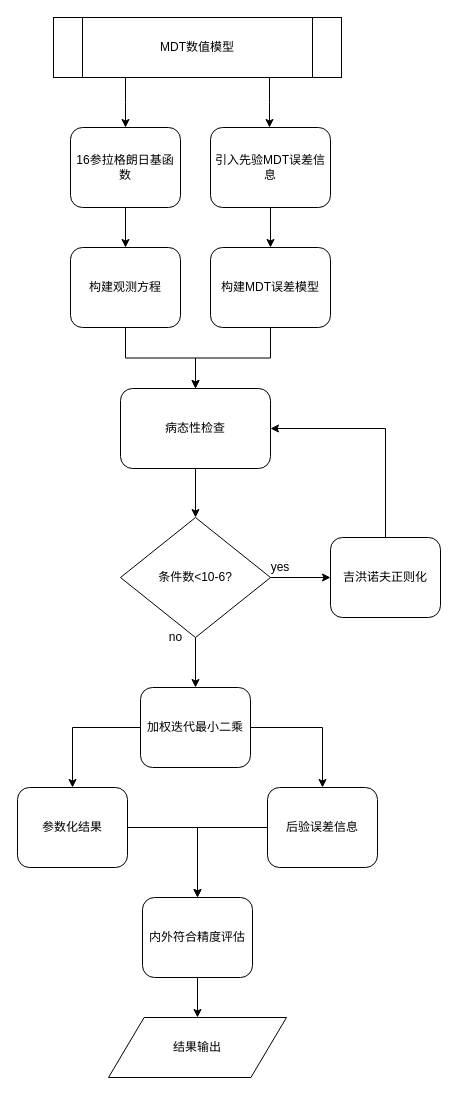
Above: MDT parameterization.drawio in skgiter/drawIO (draw.io), before the change. Source tidied: cells renumbered, new cells numbered last; positions are measured from the earlier drawing's top-left corner, leaving out a move shared by most shapes. Both pictures are drawn from the tidied source at 100%, with x=0, y=0 at pixel (17, 17).
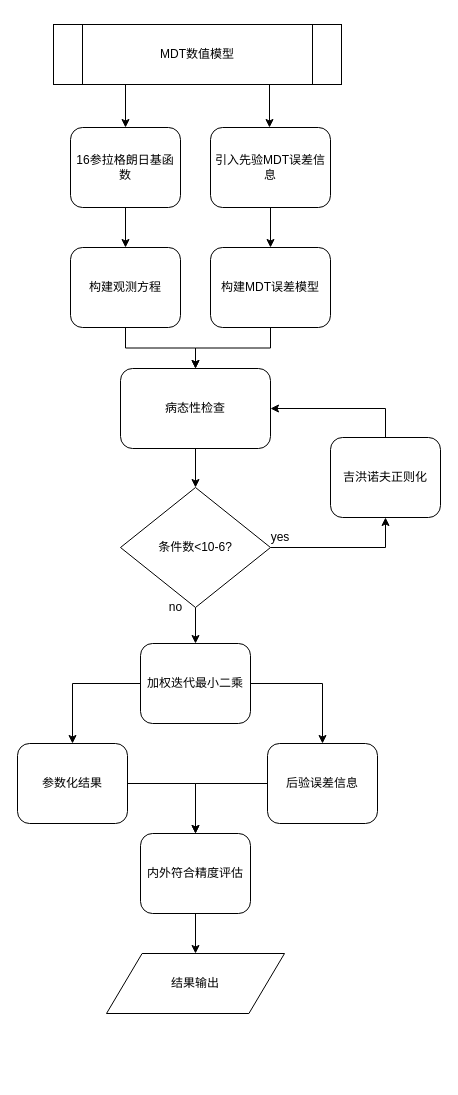
After the change.

What changed in the source:
```diff
@@
     <mxCell id="4" value="MDT数值模型" style="shape=process;whiteSpace=wrap;html=1;backgroundOutline=1;shadow=0;fontFamily=Helvetica;fontSize=12;fontColor=#000000;align=center;strokeColor=#000000;strokeWidth=1;fillColor=#ffffff;" parent="1" vertex="1">
-      <mxGeometry x="36" width="288" height="60" as="geometry" />
+      <mxGeometry x="36" y="7" width="288" height="60" as="geometry" />
     </mxCell>
@@
     <mxCell id="10" value="病态性检查" style="rounded=1;whiteSpace=wrap;html=1;shadow=0;fontFamily=Helvetica;fontSize=12;fontColor=#000000;align=center;strokeColor=#000000;strokeWidth=1;fillColor=#ffffff;" parent="1" vertex="1">
-      <mxGeometry x="103" y="371" width="150" height="80" as="geometry" />
+      <mxGeometry x="103" y="351" width="150" height="80" as="geometry" />
     </mxCell>
-    <mxCell id="11" style="edgeStyle=orthogonalEdgeStyle;rounded=0;jettySize=auto;html=1;" parent="1" edge="1" source="13" target="25">
+    <mxCell id="11" style="edgeStyle=orthogonalEdgeStyle;rounded=0;jettySize=auto;html=1;entryX=0.5;entryY=1;entryDx=0;entryDy=0;" parent="1" edge="1" source="13" target="25">
       <mxGeometry relative="1" as="geometry" />
     </mxCell>
@@
     <mxCell id="13" value="条件数&amp;lt;10-6?" style="rhombus;whiteSpace=wrap;html=1;shadow=0;fontFamily=Helvetica;fontSize=12;fontColor=#000000;align=center;strokeColor=#000000;strokeWidth=1;fillColor=#ffffff;" parent="1" vertex="1">
-      <mxGeometry x="103" y="500" width="150" height="120" as="geometry" />
+      <mxGeometry x="103" y="470" width="150" height="120" as="geometry" />
     </mxCell>
@@
     <mxCell id="16" value="加权迭代最小二乘" style="rounded=1;whiteSpace=wrap;html=1;shadow=0;fontFamily=Helvetica;fontSize=12;fontColor=#000000;align=center;strokeColor=#000000;strokeWidth=1;fillColor=#ffffff;" parent="1" vertex="1">
-      <mxGeometry x="123" y="670" width="110" height="80" as="geometry" />
+      <mxGeometry x="123" y="626" width="110" height="80" as="geometry" />
     </mxCell>
@@
     <mxCell id="18" value="后验误差信息" style="rounded=1;whiteSpace=wrap;html=1;shadow=0;fontFamily=Helvetica;fontSize=12;fontColor=#000000;align=center;strokeColor=#000000;strokeWidth=1;fillColor=#ffffff;" parent="1" vertex="1">
-      <mxGeometry x="250" y="770" width="110" height="80" as="geometry" />
+      <mxGeometry x="250" y="726" width="110" height="80" as="geometry" />
     </mxCell>
@@
     <mxCell id="20" value="内外符合精度评估" style="rounded=1;whiteSpace=wrap;html=1;shadow=0;fontFamily=Helvetica;fontSize=12;fontColor=#000000;align=center;strokeColor=#000000;strokeWidth=1;fillColor=#ffffff;" parent="1" vertex="1">
-      <mxGeometry x="125" y="880" width="110" height="80" as="geometry" />
+      <mxGeometry x="123" y="816" width="110" height="80" as="geometry" />
     </mxCell>
     <mxCell id="21" value="结果输出" style="shape=parallelogram;perimeter=parallelogramPerimeter;whiteSpace=wrap;html=1;shadow=0;fontFamily=Helvetica;fontSize=12;fontColor=#000000;align=center;strokeColor=#000000;strokeWidth=1;fillColor=#ffffff;" parent="1" vertex="1">
-      <mxGeometry x="91" y="1000" width="178" height="60" as="geometry" />
+      <mxGeometry x="89" y="936" width="178" height="60" as="geometry" />
     </mxCell>
@@
     <mxCell id="23" value="参数化结果" style="rounded=1;whiteSpace=wrap;html=1;shadow=0;fontFamily=Helvetica;fontSize=12;fontColor=#000000;align=center;strokeColor=#000000;strokeWidth=1;fillColor=#ffffff;" parent="1" vertex="1">
-      <mxGeometry y="770" width="110" height="80" as="geometry" />
+      <mxGeometry y="726" width="110" height="80" as="geometry" />
     </mxCell>
@@
     <mxCell id="25" value="吉洪诺夫正则化" style="rounded=1;whiteSpace=wrap;html=1;shadow=0;fontFamily=Helvetica;fontSize=12;fontColor=#000000;align=center;strokeColor=#000000;strokeWidth=1;fillColor=#ffffff;" parent="1" vertex="1">
-      <mxGeometry x="313" y="520" width="110" height="80" as="geometry" />
+      <mxGeometry x="313" y="420" width="110" height="80" as="geometry" />
     </mxCell>
@@
     <mxCell id="30" value="yes" style="text;html=1;strokeColor=none;fillColor=none;align=center;verticalAlign=middle;whiteSpace=wrap;rounded=0;" parent="1" vertex="1">
-      <mxGeometry x="243" y="540" width="40" height="20" as="geometry" />
+      <mxGeometry x="243" y="510" width="40" height="20" as="geometry" />
     </mxCell>
     <mxCell id="31" value="no" style="text;html=1;align=center;verticalAlign=middle;" parent="1" vertex="1">
-      <mxGeometry x="143" y="610" width="30" height="20" as="geometry" />
+      <mxGeometry x="143" y="580" width="30" height="20" as="geometry" />
     </mxCell>
```
